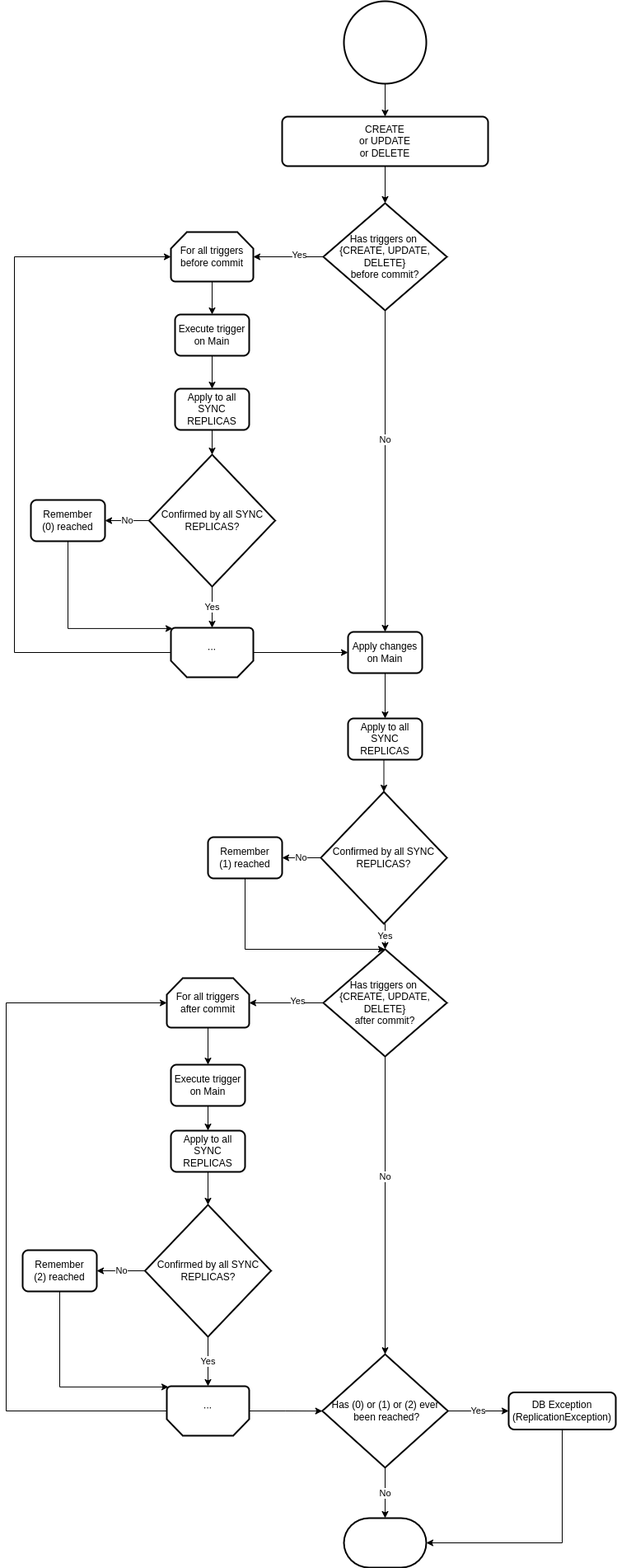
Above: docs/under-the-hood/data/replication/workflow_diagram_data_manipulation.drawio.png in memgraph/docs (draw.io), before the change. Source tidied: cells renumbered, new cells last; positions are measured from the earlier drawing's top-left corner, leaving out a move shared by most shapes.
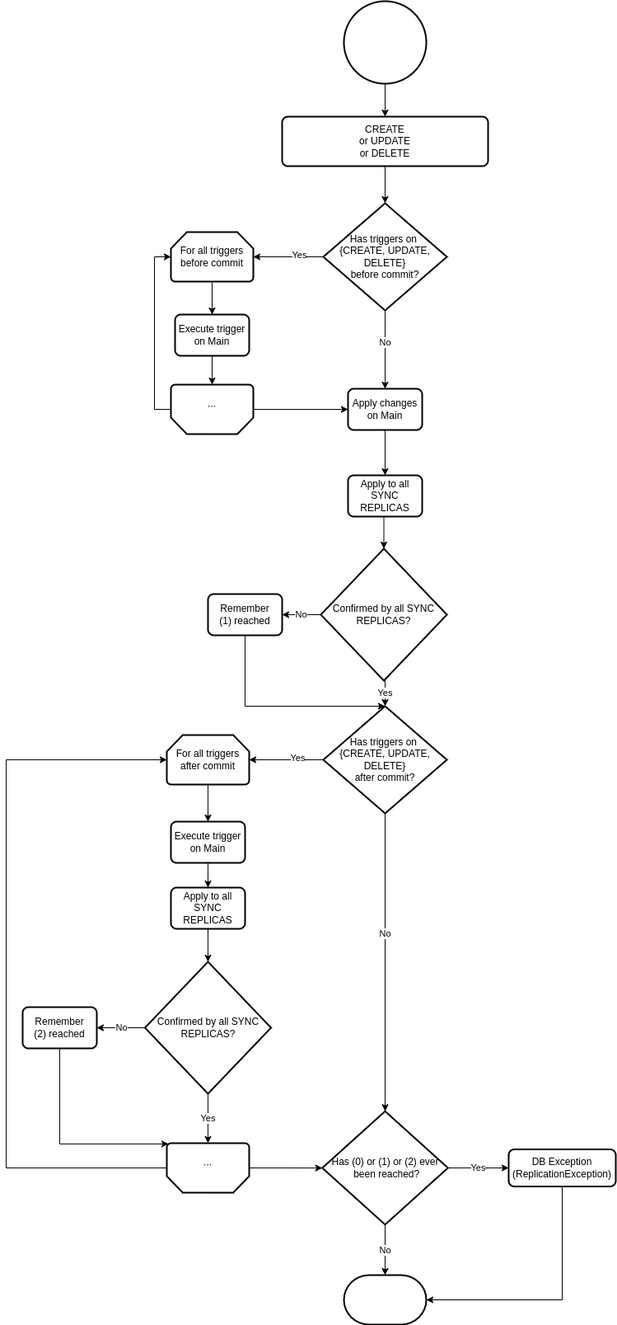
The same diagram one commit later.

Commit message:
Correct workflow diagram

Change to the diagram source:
```diff
@@ -3,13 +3,13 @@
     <mxCell id="0" />
     <mxCell id="1" parent="0" />
     <mxCell id="2" style="strokeWidth=2;html=1;shape=mxgraph.flowchart.start_2;whiteSpace=wrap;" parent="1" vertex="1">
-      <mxGeometry x="410" width="100" height="100" as="geometry" />
+      <mxGeometry x="410" y="295" width="100" height="100" as="geometry" />
     </mxCell>
     <mxCell id="3" value="&lt;div&gt;CREATE&lt;/div&gt;&lt;div&gt;or UPDATE&lt;/div&gt;&lt;div&gt;or DELETE&lt;/div&gt;" style="rounded=1;whiteSpace=wrap;html=1;absoluteArcSize=1;arcSize=14;strokeWidth=2;" parent="1" vertex="1">
-      <mxGeometry x="335" y="140" width="250" height="60" as="geometry" />
+      <mxGeometry x="335" y="435" width="250" height="60" as="geometry" />
     </mxCell>
     <mxCell id="4" value="&lt;div&gt;Has triggers on&amp;nbsp;&lt;/div&gt;&lt;div&gt;{CREATE, UPDATE, DELETE}&lt;/div&gt;&lt;div&gt;before commit?&lt;/div&gt;" style="strokeWidth=2;html=1;shape=mxgraph.flowchart.decision;whiteSpace=wrap;" parent="1" vertex="1">
-      <mxGeometry x="385" y="245" width="150" height="130" as="geometry" />
+      <mxGeometry x="385" y="540" width="150" height="130" as="geometry" />
     </mxCell>
     <mxCell id="5" style="endArrow=classic;html=1;rounded=0;exitX=0.5;exitY=1;exitDx=0;exitDy=0;exitPerimeter=0;" parent="1" edge="1" source="2" target="3">
       <mxGeometry relative="1" as="geometry" />
@@ -33,12 +33,7 @@
       <mxGeometry relative="1" as="geometry" />
     </mxCell>
     <mxCell id="12" style="edgeStyle=orthogonalEdgeStyle;rounded=0;jettySize=auto;html=1;exitX=1;exitY=0.5;exitDx=0;exitDy=0;exitPerimeter=0;entryX=0;entryY=0.5;entryDx=0;entryDy=0;entryPerimeter=0;" parent="1" edge="1" source="13" target="15">
-      <mxGeometry relative="1" as="geometry">
-        <Array as="points">
-          <mxPoint x="10" y="790" />
-          <mxPoint x="10" y="310" />
-        </Array>
-      </mxGeometry>
+      <mxGeometry relative="1" as="geometry" />
     </mxCell>
     <mxCell id="13" value="..." style="strokeWidth=2;html=1;shape=mxgraph.flowchart.loop_limit;whiteSpace=wrap;rotation=-180;" parent="1" vertex="1">
       <mxGeometry x="200" y="760" width="100" height="60" as="geometry" />
@@ -47,40 +42,24 @@
       <mxGeometry relative="1" as="geometry" />
     </mxCell>
     <mxCell id="15" value="&lt;div&gt;For all triggers&lt;/div&gt;&lt;div&gt;before commit&lt;/div&gt;" style="strokeWidth=2;html=1;shape=mxgraph.flowchart.loop_limit;whiteSpace=wrap;" parent="1" vertex="1">
-      <mxGeometry x="200" y="280" width="100" height="60" as="geometry" />
+      <mxGeometry x="200" y="575" width="100" height="60" as="geometry" />
     </mxCell>
-    <mxCell id="16" style="edgeStyle=orthogonalEdgeStyle;rounded=0;jettySize=auto;html=1;exitX=0.5;exitY=1;exitDx=0;exitDy=0;" parent="1" edge="1" source="17" target="19">
-      <mxGeometry relative="1" as="geometry" />
-    </mxCell>
+    <mxCell id="59" style="edgeStyle=orthogonalEdgeStyle;rounded=0;jettySize=auto;html=1;exitX=0.5;exitY=1;exitDx=0;exitDy=0;" parent="1" edge="1" source="17" target="13">
+      <mxGeometry relative="1" as="geometry" />
+    </mxCell>
     <mxCell id="17" value="&lt;div&gt;Execute trigger&lt;/div&gt;&lt;div&gt;on Main&lt;/div&gt;" style="rounded=1;whiteSpace=wrap;html=1;absoluteArcSize=1;arcSize=14;strokeWidth=2;" parent="1" vertex="1">
-      <mxGeometry x="205" y="380" width="90" height="50" as="geometry" />
+      <mxGeometry x="205" y="675" width="90" height="50" as="geometry" />
     </mxCell>
-    <mxCell id="18" style="edgeStyle=orthogonalEdgeStyle;rounded=0;jettySize=auto;html=1;exitX=0.5;exitY=1;exitDx=0;exitDy=0;" parent="1" edge="1" source="19" target="22">
-      <mxGeometry relative="1" as="geometry" />
+    <mxCell id="18" style="edgeStyle=orthogonalEdgeStyle;rounded=0;jettySize=auto;html=1;exitX=0.5;exitY=1;exitDx=0;exitDy=0;" parent="1" edge="1" target="x">
+      <mxGeometry relative="1" as="geometry">
+        <mxPoint x="250" y="520" as="sourcePoint" />
+      </mxGeometry>
     </mxCell>
-    <mxCell id="19" value="Apply to all SYNC REPLICAS" style="rounded=1;whiteSpace=wrap;html=1;absoluteArcSize=1;arcSize=14;strokeWidth=2;" parent="1" vertex="1">
-      <mxGeometry x="205" y="470" width="90" height="50" as="geometry" />
-    </mxCell>
-    <mxCell id="20" value="No" style="edgeStyle=orthogonalEdgeStyle;rounded=0;jettySize=auto;html=1;exitX=0;exitY=0.5;exitDx=0;exitDy=0;exitPerimeter=0;" parent="1" edge="1" source="22" target="24">
-      <mxGeometry relative="1" as="geometry" />
+    <mxCell id="20" value="No" style="edgeStyle=orthogonalEdgeStyle;rounded=0;jettySize=auto;html=1;exitX=0;exitY=0.5;exitDx=0;exitDy=0;exitPerimeter=0;" parent="1" edge="1" target="x">
+      <mxGeometry relative="1" as="geometry">
+        <mxPoint x="173.5" y="630" as="sourcePoint" />
+      </mxGeometry>
     </mxCell>
-    <mxCell id="21" value="Yes" style="edgeStyle=orthogonalEdgeStyle;rounded=0;jettySize=auto;html=1;exitX=0.5;exitY=1;exitDx=0;exitDy=0;exitPerimeter=0;" parent="1" edge="1" source="22" target="13">
-      <mxGeometry relative="1" as="geometry" />
-    </mxCell>
-    <mxCell id="22" value="Confirmed by all SYNC REPLICAS?" style="strokeWidth=2;html=1;shape=mxgraph.flowchart.decision;whiteSpace=wrap;" parent="1" vertex="1">
-      <mxGeometry x="173.5" y="550" width="153" height="160" as="geometry" />
-    </mxCell>
-    <mxCell id="23" style="edgeStyle=orthogonalEdgeStyle;rounded=0;jettySize=auto;html=1;exitX=0.5;exitY=1;exitDx=0;exitDy=0;entryX=0.98;entryY=0.985;entryDx=0;entryDy=0;entryPerimeter=0;" parent="1" edge="1" source="24" target="13">
-      <mxGeometry relative="1" as="geometry">
-        <Array as="points">
-          <mxPoint x="75" y="760" />
-          <mxPoint x="202" y="760" />
-        </Array>
-      </mxGeometry>
-    </mxCell>
-    <mxCell id="24" value="&lt;div&gt;Remember&lt;/div&gt;&lt;div&gt;(0) reached&lt;/div&gt;" style="rounded=1;whiteSpace=wrap;html=1;absoluteArcSize=1;arcSize=14;strokeWidth=2;" parent="1" vertex="1">
-      <mxGeometry x="30" y="605" width="90" height="50" as="geometry" />
-    </mxCell>
     <mxCell id="25" style="edgeStyle=orthogonalEdgeStyle;rounded=0;jettySize=auto;html=1;exitX=0.5;exitY=1;exitDx=0;exitDy=0;entryX=0.5;entryY=0;entryDx=0;entryDy=0;" parent="1" edge="1" source="26" target="28">
       <mxGeometry relative="1" as="geometry" />
     </mxCell>
```
